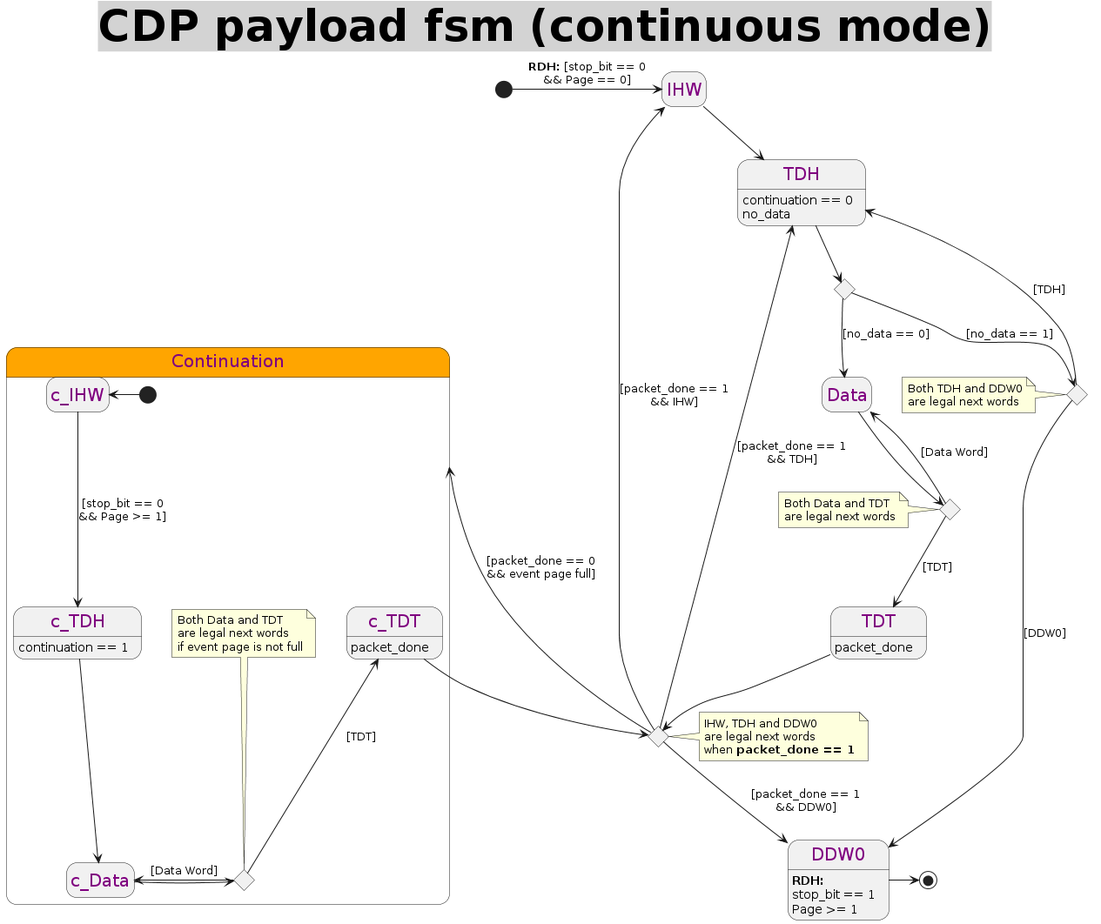
Before: doc/CDP_payload_StateMachine (continuous mode).png, a diagram exported from PlantUML (CramBL/fastPASTA).
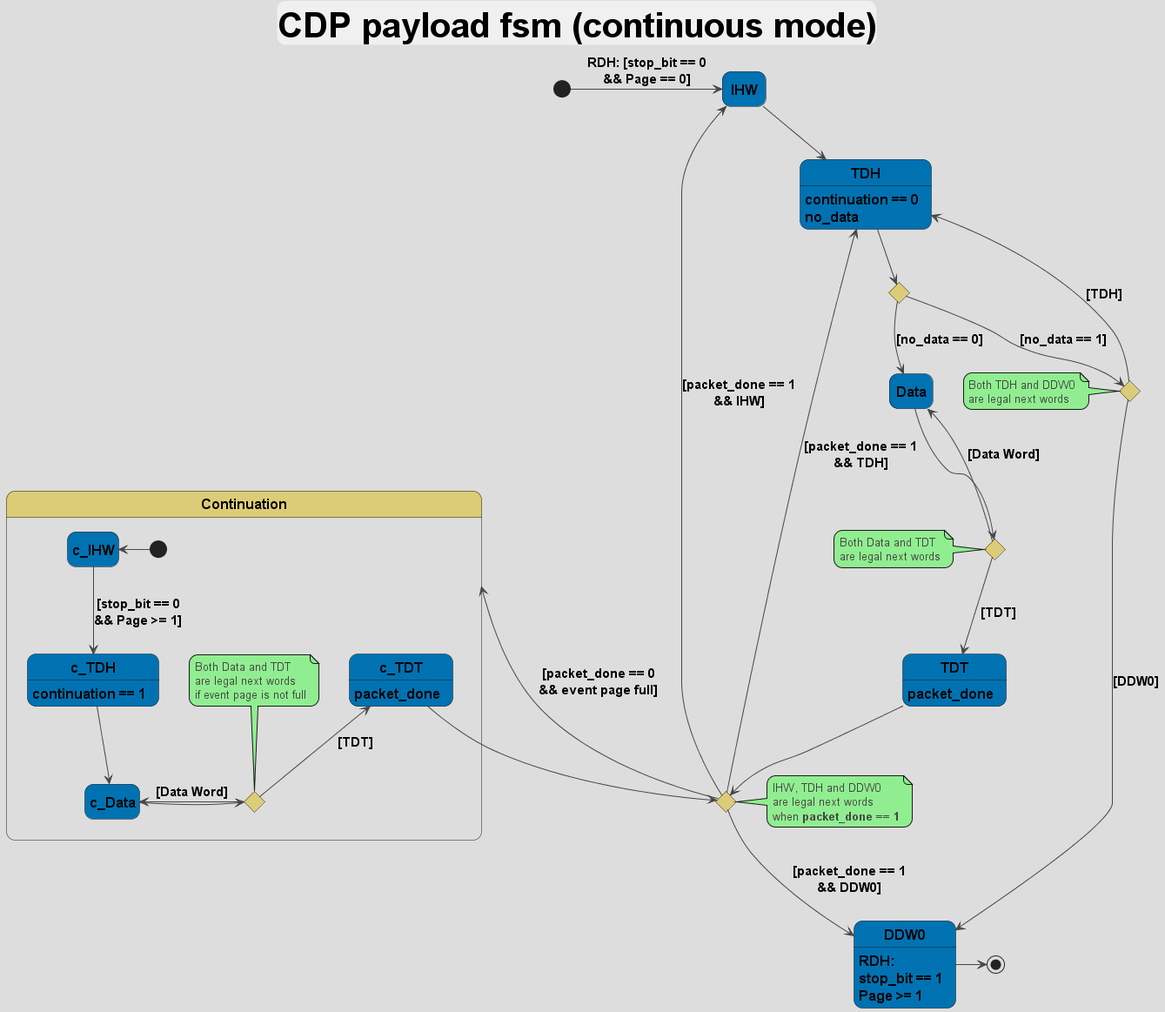
After the commit.

Commit message:
improve diagrams

The edit, as a diff of the source:
```diff
@@ -1,36 +1,33 @@
 @startuml CDP_payload_StateMachine (continuous mode)
+!theme toy from https://raw.githubusercontent.com/plantuml/plantuml/master/themes
+
 <style>
 title {
   HorizontalAlignment right
-  FontSize 50
-  BackGroundColor lightgrey
+  FontSize 40
+  BackGroundColor #F0F0F0
   Margin 1
   Padding 0
 }
-
-header {
-  HorizontalAlignment center
-  FontSize 20
-  FontColor purple
+stateDiagram {
+  arrow {
+    FontSize 15
+    FontStyle bold
+  }
+}
+diamond {
+    BackgroundColor #DDCC77
+    LineColor black
+    LineThickness 0.5
+}
+</style>
+skinparam RoundCorner 20
+skinparam State {
+  BackgroundColor #0072B2
+  FontSize 16
+  FontStyle bold
 }
 
-footer {
-  HorizontalAlignment left
-  FontSize 28
-  FontColor red
-}
-
-legend {
-  FontSize 30
-  BackGroundColor yellow
-  Margin 30
-  Padding 50
-}
-
-caption {
-  FontSize 32
-}
-</style>
 Title **CDP payload fsm** (continuous mode)
 hide empty description
 
@@ -73,7 +70,7 @@
 after_TDT --> Continuation : [packet_done == 0\n&& event page full]
 note right of after_TDT : IHW, TDH and DDW0\nare legal next words\nwhen **packet_done == 1**
 
-state Continuation #orange {
+state Continuation #DDCC77 {
   state after_c_Data <<choice>>
     [*] -left---> c_IHW
     c_IHW --> c_TDH : [stop_bit == 0\n&& Page >= 1]
```
